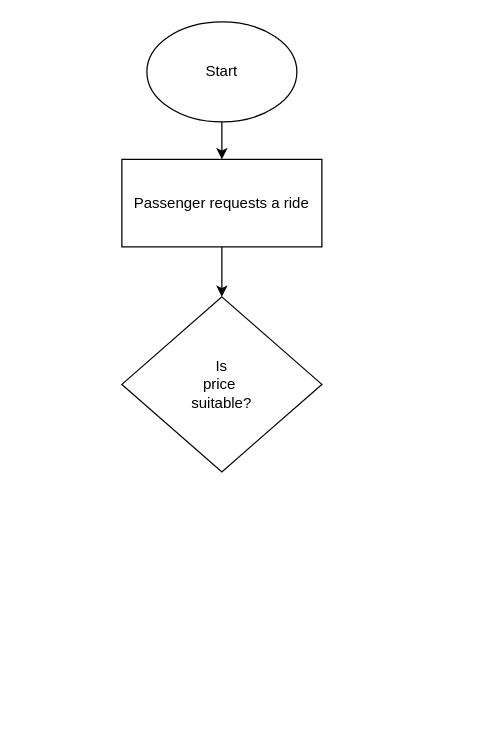
This is figures/flow chart of rider.drawio from mallaji/drawio, a draw.io file, before an edit. Source tidied: cells renumbered, new cells numbered last; positions are measured from the earlier drawing's top-left corner, leaving out a move shared by most shapes. Both pictures are drawn from the tidied source at 125%, with x=0, y=0 at pixel (121, 21).
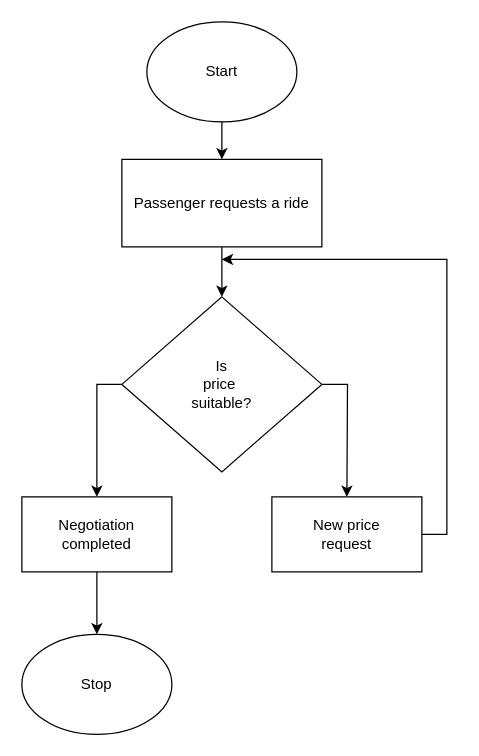
Above is the later version.

Diff of the diagram source:
```diff
@@
 <mxGraphModel>
   <root>
     <mxCell id="0" />
     <mxCell id="1" parent="0" />
     <mxCell id="2" style="edgeStyle=orthogonalEdgeStyle;rounded=0;jettySize=auto;html=1;entryX=0.5;entryY=0;entryDx=0;entryDy=0;" parent="1" edge="1" source="3" target="5">
       <mxGeometry relative="1" as="geometry" />
     </mxCell>
     <mxCell id="3" value="Start" style="ellipse;whiteSpace=wrap;html=1;" parent="1" vertex="1">
       <mxGeometry x="20" width="120" height="80" as="geometry" />
     </mxCell>
     <mxCell id="4" style="edgeStyle=orthogonalEdgeStyle;rounded=0;jettySize=auto;html=1;entryX=0.5;entryY=0;entryDx=0;entryDy=0;" parent="1" edge="1" source="5" target="6">
       <mxGeometry relative="1" as="geometry" />
     </mxCell>
     <mxCell id="5" value="Passenger requests a ride" style="rounded=0;whiteSpace=wrap;html=1;" parent="1" vertex="1">
       <mxGeometry y="110" width="160" height="70" as="geometry" />
     </mxCell>
+    <mxCell id="7" style="edgeStyle=orthogonalEdgeStyle;rounded=0;jettySize=auto;html=1;" parent="1" edge="1" source="6">
+      <mxGeometry relative="1" as="geometry">
+        <mxPoint x="180" y="380" as="targetPoint" />
+      </mxGeometry>
+    </mxCell>
+    <mxCell id="8" style="edgeStyle=orthogonalEdgeStyle;rounded=0;jettySize=auto;html=1;" parent="1" edge="1" source="6">
+      <mxGeometry relative="1" as="geometry">
+        <mxPoint x="-20" y="380" as="targetPoint" />
+      </mxGeometry>
+    </mxCell>
     <mxCell id="6" value="Is&lt;br&gt;price&amp;nbsp;&lt;br&gt;suitable?" style="rhombus;whiteSpace=wrap;html=1;" parent="1" vertex="1">
       <mxGeometry y="220" width="160" height="140" as="geometry" />
     </mxCell>
+    <mxCell id="9" style="edgeStyle=orthogonalEdgeStyle;rounded=0;jettySize=auto;html=1;" parent="1" edge="1" source="10">
+      <mxGeometry relative="1" as="geometry">
+        <mxPoint x="-20" y="490" as="targetPoint" />
+      </mxGeometry>
+    </mxCell>
+    <mxCell id="10" value="Negotiation&lt;br&gt;completed" style="rounded=0;whiteSpace=wrap;html=1;" parent="1" vertex="1">
+      <mxGeometry x="-80" y="380" width="120" height="60" as="geometry" />
+    </mxCell>
+    <mxCell id="11" style="edgeStyle=orthogonalEdgeStyle;rounded=0;jettySize=auto;html=1;" parent="1" edge="1" source="12">
+      <mxGeometry relative="1" as="geometry">
+        <mxPoint x="80" y="190" as="targetPoint" />
+        <Array as="points">
+          <mxPoint x="260" y="410" />
+          <mxPoint x="260" y="190" />
+        </Array>
+      </mxGeometry>
+    </mxCell>
+    <mxCell id="12" value="New price&lt;br&gt;request" style="rounded=0;whiteSpace=wrap;html=1;" parent="1" vertex="1">
+      <mxGeometry x="120" y="380" width="120" height="60" as="geometry" />
+    </mxCell>
+    <mxCell id="13" value="Stop" style="ellipse;whiteSpace=wrap;html=1;" parent="1" vertex="1">
+      <mxGeometry x="-80" y="490" width="120" height="80" as="geometry" />
+    </mxCell>
   </root>
 </mxGraphModel>
```
